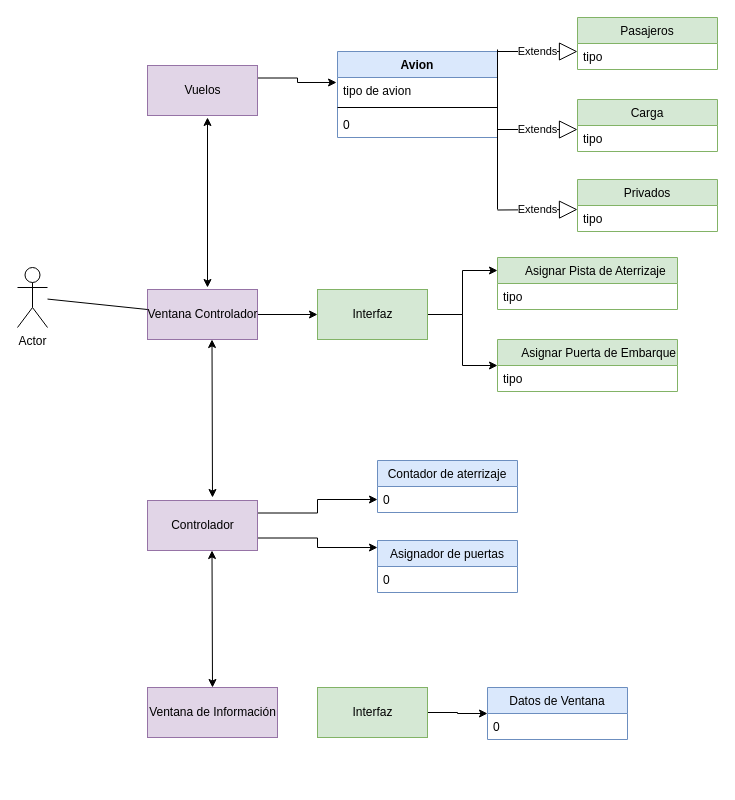
The draw.io diagram Diagrama proyecto 2.drawio in CarlosArango33/Proyecto2_POO, before the edit. Source tidied: cells renumbered, new cells numbered last; positions are measured from the earlier drawing's top-left corner, leaving out a move shared by most shapes. Both pictures are drawn from the tidied source at 100%, with x=0, y=0 at pixel (17, 17).
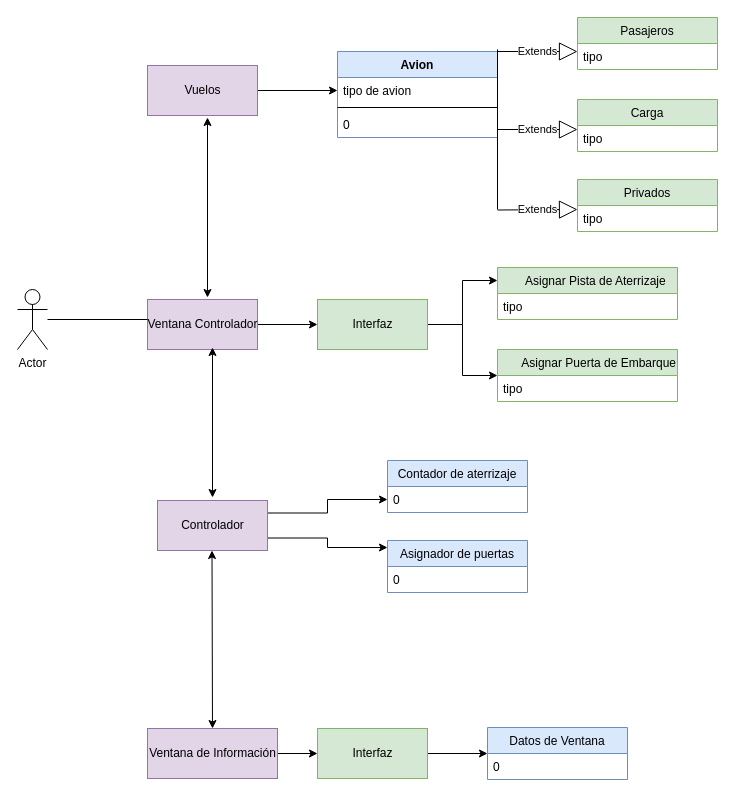
The same diagram, later.

Unchanged cells that the change refers to:
```xml
<mxCell id="4" value="Vuelos" style="html=1;fillColor=#e1d5e7;strokeColor=#9673a6;" parent="1" vertex="1">
  <mxGeometry x="130" y="48" width="110" height="50" as="geometry" />
</mxCell>
<mxCell id="12" value="tipo de avion" style="text;strokeColor=none;fillColor=none;align=left;verticalAlign=top;spacingLeft=4;spacingRight=4;overflow=hidden;points=[[0,0.5],[1,0.5]];portConstraint=eastwest;" parent="11" vertex="1">
  <mxGeometry y="26" width="160" height="26" as="geometry" />
</mxCell>
```

What changed in the source:
```diff
@@
     <mxCell id="2" value="Actor" style="shape=umlActor;verticalLabelPosition=bottom;verticalAlign=top;html=1;" parent="1" vertex="1">
-      <mxGeometry y="250" width="30" height="60" as="geometry" />
+      <mxGeometry y="272" width="30" height="60" as="geometry" />
     </mxCell>
-    <mxCell id="3" style="edgeStyle=orthogonalEdgeStyle;rounded=0;jettySize=auto;html=1;exitX=1;exitY=0.25;exitDx=0;exitDy=0;entryX=-0.006;entryY=0.192;entryDx=0;entryDy=0;entryPerimeter=0;" parent="1" edge="1" source="4" target="12">
+    <mxCell id="3" style="edgeStyle=orthogonalEdgeStyle;rounded=0;jettySize=auto;html=1;entryX=0;entryY=0.5;entryDx=0;entryDy=0;" parent="1" edge="1" source="4" target="12">
       <mxGeometry relative="1" as="geometry" />
     </mxCell>
@@
     <mxCell id="6" value="Ventana Controlador" style="html=1;fillColor=#e1d5e7;strokeColor=#9673a6;" parent="1" vertex="1">
-      <mxGeometry x="130" y="272" width="110" height="50" as="geometry" />
+      <mxGeometry x="130" y="282" width="110" height="50" as="geometry" />
     </mxCell>
@@
     <mxCell id="9" value="Controlador" style="html=1;fillColor=#e1d5e7;strokeColor=#9673a6;" parent="1" vertex="1">
-      <mxGeometry x="130" y="483" width="110" height="50" as="geometry" />
+      <mxGeometry x="140" y="483" width="110" height="50" as="geometry" />
     </mxCell>
+    <mxCell id="44" style="edgeStyle=orthogonalEdgeStyle;rounded=0;jettySize=auto;html=1;entryX=0;entryY=0.5;entryDx=0;entryDy=0;" parent="1" edge="1" source="10" target="30">
+      <mxGeometry relative="1" as="geometry" />
+    </mxCell>
     <mxCell id="10" value="Ventana de Información" style="html=1;fillColor=#e1d5e7;strokeColor=#9673a6;" parent="1" vertex="1">
-      <mxGeometry x="130" y="670" width="130" height="50" as="geometry" />
+      <mxGeometry x="130" y="711" width="130" height="50" as="geometry" />
     </mxCell>
@@
     <mxCell id="25" value="Contador de aterrizaje" style="swimlane;fontStyle=0;horizontal=1;startSize=26;fillColor=#dae8fc;strokeColor=#6c8ebf;" parent="1" vertex="1">
-      <mxGeometry x="360" y="443" width="140" height="52" as="geometry" />
+      <mxGeometry x="370" y="443" width="140" height="52" as="geometry" />
     </mxCell>
@@
     <mxCell id="27" value="Asignador de puertas" style="swimlane;fontStyle=0;horizontal=1;startSize=26;fillColor=#dae8fc;strokeColor=#6c8ebf;" parent="1" vertex="1">
-      <mxGeometry x="360" y="523" width="140" height="52" as="geometry" />
+      <mxGeometry x="370" y="523" width="140" height="52" as="geometry" />
     </mxCell>
@@
-    <mxCell id="29" style="edgeStyle=orthogonalEdgeStyle;rounded=0;jettySize=auto;html=1;exitX=1;exitY=0.5;exitDx=0;exitDy=0;entryX=0;entryY=0.5;entryDx=0;entryDy=0;" parent="1" edge="1" source="30" target="31">
+    <mxCell id="29" style="edgeStyle=orthogonalEdgeStyle;rounded=0;jettySize=auto;html=1;entryX=0;entryY=0.5;entryDx=0;entryDy=0;" parent="1" edge="1" source="30" target="31">
       <mxGeometry relative="1" as="geometry" />
     </mxCell>
     <mxCell id="30" value="Interfaz" style="html=1;fillColor=#d5e8d4;strokeColor=#82b366;" parent="1" vertex="1">
-      <mxGeometry x="300" y="670" width="110" height="50" as="geometry" />
+      <mxGeometry x="300" y="711" width="110" height="50" as="geometry" />
     </mxCell>
     <mxCell id="31" value="Datos de Ventana" style="swimlane;fontStyle=0;horizontal=1;startSize=26;fillColor=#dae8fc;strokeColor=#6c8ebf;" parent="1" vertex="1">
-      <mxGeometry x="470" y="670" width="140" height="52" as="geometry" />
+      <mxGeometry x="470" y="710" width="140" height="52" as="geometry" />
     </mxCell>
@@
     <mxCell id="35" value="Interfaz" style="html=1;fillColor=#d5e8d4;strokeColor=#82b366;" parent="1" vertex="1">
-      <mxGeometry x="300" y="272" width="110" height="50" as="geometry" />
+      <mxGeometry x="300" y="282" width="110" height="50" as="geometry" />
     </mxCell>
     <mxCell id="36" value="     Asignar Pista de Aterrizaje" style="swimlane;fontStyle=0;horizontal=1;startSize=26;fillColor=#d5e8d4;strokeColor=#82b366;" parent="1" vertex="1">
-      <mxGeometry x="480" y="240" width="180" height="52" as="geometry" />
+      <mxGeometry x="480" y="250" width="180" height="52" as="geometry" />
     </mxCell>
@@
     <mxCell id="38" value="       Asignar Puerta de Embarque" style="swimlane;fontStyle=0;horizontal=1;startSize=26;fillColor=#d5e8d4;strokeColor=#82b366;" parent="1" vertex="1">
-      <mxGeometry x="480" y="322" width="180" height="52" as="geometry" />
+      <mxGeometry x="480" y="332" width="180" height="52" as="geometry" />
     </mxCell>
@@
     <mxCell id="40" style="endArrow=classic;startArrow=classic;html=1;" parent="1" edge="1">
       <mxGeometry relative="1" as="geometry">
-        <mxPoint x="190" y="270" as="sourcePoint" />
+        <mxPoint x="190" y="280" as="sourcePoint" />
         <mxPoint x="190" y="100" as="targetPoint" />
       </mxGeometry>
     </mxCell>
-    <mxCell id="41" style="endArrow=classic;startArrow=classic;html=1;" parent="1" edge="1">
+    <mxCell id="41" style="endArrow=classic;startArrow=classic;html=1;entryX=0.591;entryY=0.96;entryDx=0;entryDy=0;entryPerimeter=0;" parent="1" edge="1" target="6">
       <mxGeometry relative="1" as="geometry">
         <mxPoint x="195" y="480" as="sourcePoint" />
-        <mxPoint x="194.5" y="322" as="targetPoint" />
       </mxGeometry>
     </mxCell>
@@
     <mxCell id="43" style="endArrow=none;html=1;" parent="1" edge="1" source="2">
       <mxGeometry relative="1" as="geometry">
-        <mxPoint x="130" y="292" as="targetPoint" />
+        <mxPoint x="130" y="302" as="targetPoint" />
       </mxGeometry>
     </mxCell>
```
